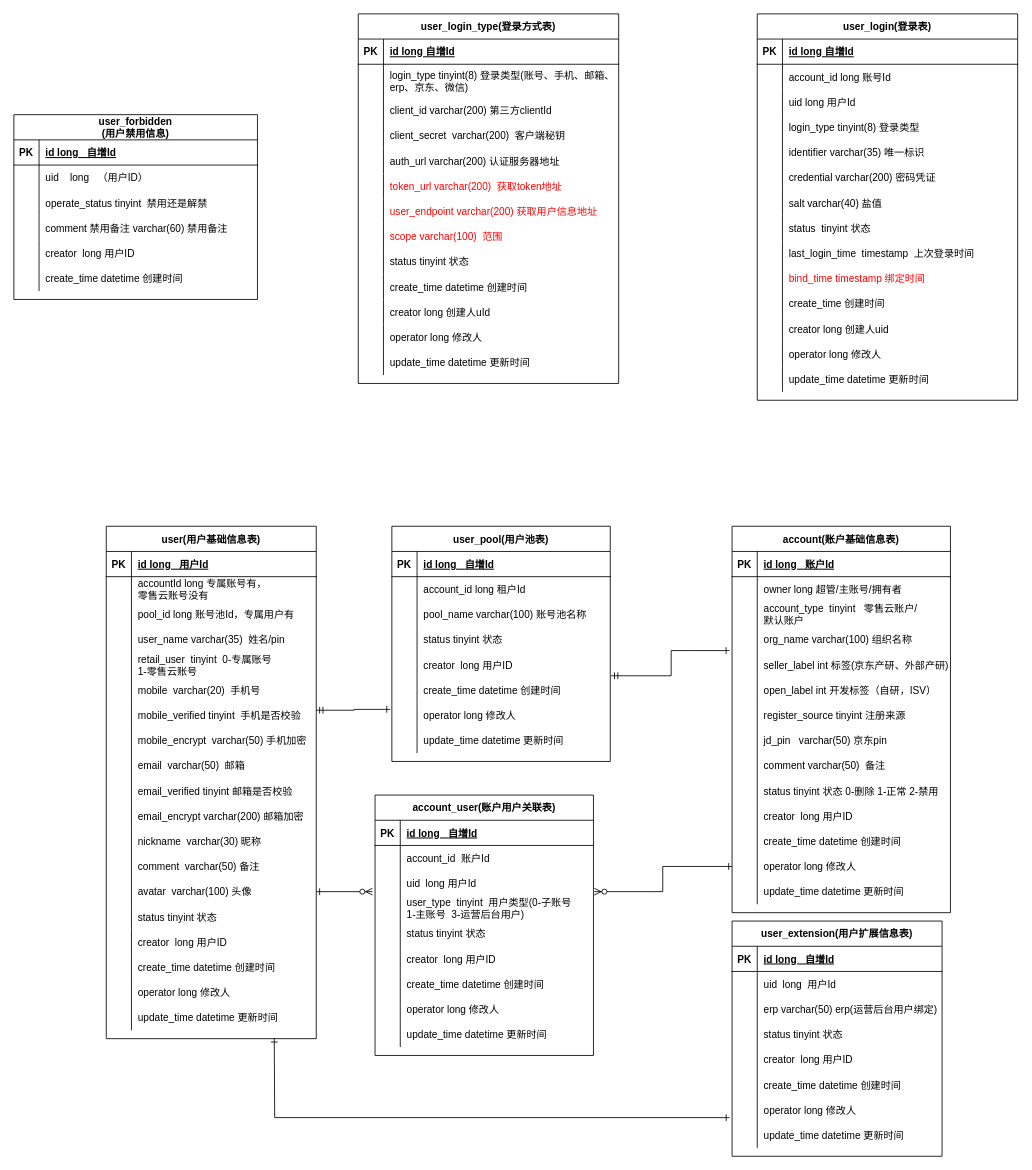
The draw.io diagram page "新账号模型" (1 of 10) of idaas.drawio in AjaxXu/Diagram, before the edit. Source tidied: cells renumbered, new cells numbered last; positions are measured from the earlier drawing's top-left corner, leaving out a move shared by most shapes. Both pictures are drawn from the tidied source at 84%, with x=0, y=0 at pixel (-37, 13).
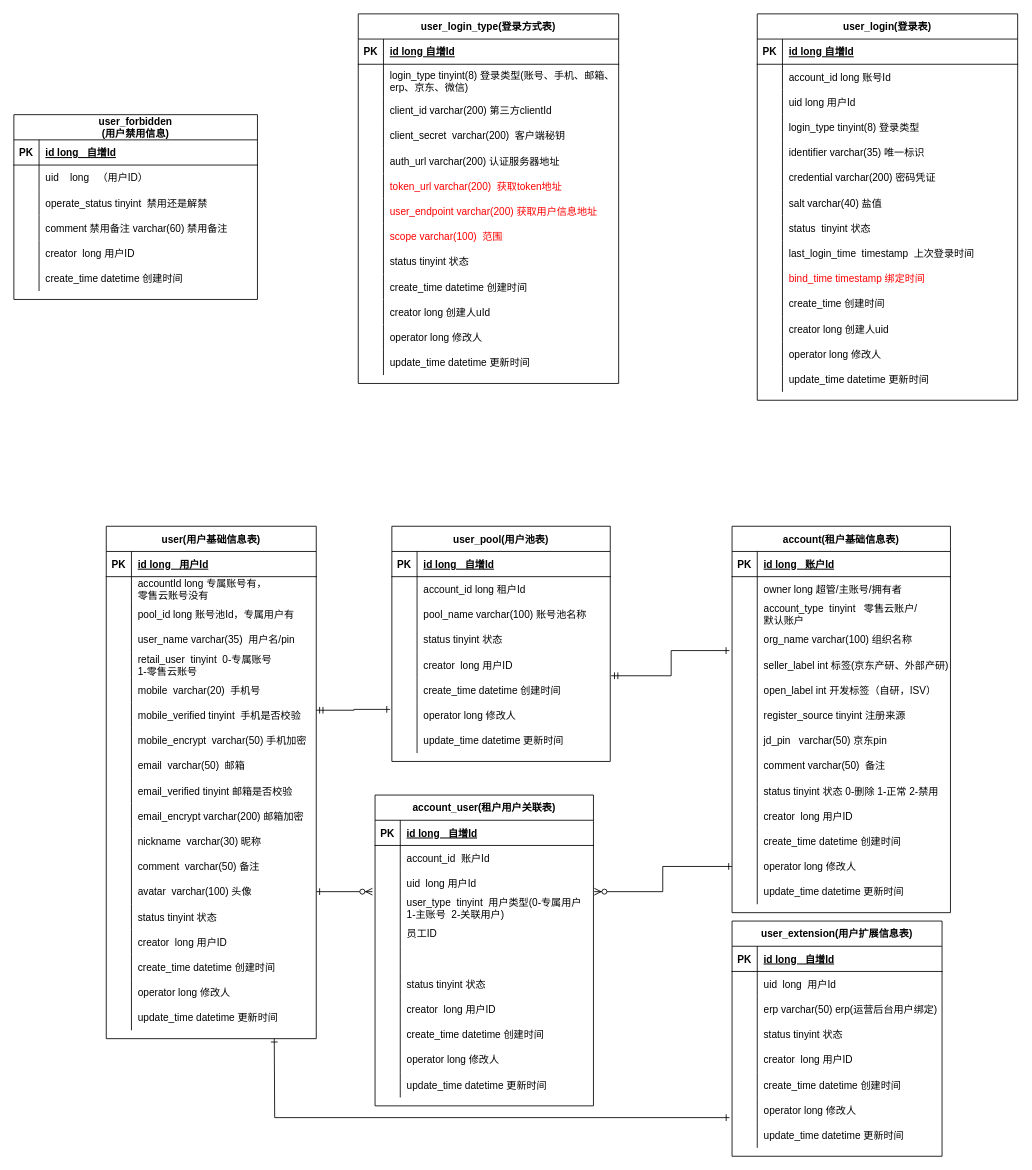
The same diagram, later.

The change refers to these unchanged cells:
```xml
<mxCell id="55" style="shape=partialRectangle;fillColor=none;top=0;left=0;right=0;bottom=0;" parent="45" vertex="1">
  <mxGeometry y="120" width="250" height="30" as="geometry" />
</mxCell>
<mxCell id="220" style="shape=partialRectangle;fillColor=none;points=[[0,0.5],[1,0.5]];portConstraint=eastwest;top=0;left=0;right=0;bottom=0;" parent="210" vertex="1">
  <mxGeometry y="120" width="260" height="30" as="geometry" />
</mxCell>
```

What changed in the source:
```diff
@@
-    <mxCell id="2" value="account(账户基础信息表)" style="shape=table;startSize=30;childLayout=tableLayout;rowLines=0;fontStyle=1;align=center;" parent="1" vertex="1">
+    <mxCell id="2" value="account(租户基础信息表)" style="shape=table;startSize=30;childLayout=tableLayout;rowLines=0;fontStyle=1;align=center;" parent="1" vertex="1">
       <mxGeometry x="915" y="610" width="260" height="460" as="geometry" />
     </mxCell>
@@
-    <mxCell id="57" value="user_name varchar(35)  姓名/pin" style="shape=partialRectangle;overflow=hidden;fillColor=none;top=0;left=0;bottom=0;right=0;align=left;spacingLeft=6;" parent="55" vertex="1">
+    <mxCell id="57" value="user_name varchar(35)  用户名/pin" style="shape=partialRectangle;overflow=hidden;fillColor=none;top=0;left=0;bottom=0;right=0;align=left;spacingLeft=6;" parent="55" vertex="1">
       <mxGeometry x="30" width="220" height="30" as="geometry" />
     </mxCell>
@@
-    <mxCell id="210" value="account_user(账户用户关联表)" style="shape=table;startSize=30;childLayout=tableLayout;rowLines=0;fontStyle=1;align=center;" parent="1" vertex="1">
-      <mxGeometry x="490" y="930" width="260" height="310" as="geometry" />
+    <mxCell id="210" value="account_user(租户用户关联表)" style="shape=table;startSize=30;childLayout=tableLayout;rowLines=0;fontStyle=1;align=center;" parent="1" vertex="1">
+      <mxGeometry x="490" y="930" width="260" height="370" as="geometry" />
     </mxCell>
@@
-    <mxCell id="222" value="user_type  tinyint  用户类型(0-子账号 &#10;1-主账号  3-运营后台用户)" style="shape=partialRectangle;overflow=hidden;fillColor=none;top=0;left=0;bottom=0;right=0;align=left;spacingLeft=6;" parent="220" vertex="1">
+    <mxCell id="222" value="user_type  tinyint  用户类型(0-专属用户&#10;1-主账号  2-关联用户)" style="shape=partialRectangle;overflow=hidden;fillColor=none;top=0;left=0;bottom=0;right=0;align=left;spacingLeft=6;" parent="220" vertex="1">
       <mxGeometry x="30" width="230" height="30" as="geometry" />
     </mxCell>
+    <mxCell id="293" style="shape=partialRectangle;fillColor=none;top=0;left=0;right=0;bottom=0;" parent="210" vertex="1">
+      <mxGeometry y="150" width="260" height="30" as="geometry" />
+    </mxCell>
+    <mxCell id="294" style="shape=partialRectangle;overflow=hidden;fillColor=none;top=0;left=0;bottom=0;right=0;" parent="293" vertex="1">
+      <mxGeometry width="30" height="30" as="geometry" />
+    </mxCell>
+    <mxCell id="295" value="员工ID" style="shape=partialRectangle;overflow=hidden;fillColor=none;top=0;left=0;bottom=0;right=0;align=left;spacingLeft=6;" parent="293" vertex="1">
+      <mxGeometry x="30" width="230" height="30" as="geometry" />
+    </mxCell>
+    <mxCell id="296" style="shape=partialRectangle;fillColor=none;top=0;left=0;right=0;bottom=0;" parent="210" vertex="1">
+      <mxGeometry y="180" width="260" height="30" as="geometry" />
+    </mxCell>
+    <mxCell id="297" style="shape=partialRectangle;overflow=hidden;fillColor=none;top=0;left=0;bottom=0;right=0;" parent="296" vertex="1">
+      <mxGeometry width="30" height="30" as="geometry" />
+    </mxCell>
+    <mxCell id="298" style="shape=partialRectangle;overflow=hidden;fillColor=none;top=0;left=0;bottom=0;right=0;align=left;spacingLeft=6;" parent="296" vertex="1">
+      <mxGeometry x="30" width="230" height="30" as="geometry" />
+    </mxCell>
     <mxCell id="223" style="shape=partialRectangle;fillColor=none;top=0;left=0;right=0;bottom=0;" parent="210" vertex="1">
-      <mxGeometry y="150" width="260" height="30" as="geometry" />
+      <mxGeometry y="210" width="260" height="30" as="geometry" />
     </mxCell>
@@
     <mxCell id="226" style="shape=partialRectangle;fillColor=none;top=0;left=0;right=0;bottom=0;" parent="210" vertex="1">
-      <mxGeometry y="180" width="260" height="30" as="geometry" />
+      <mxGeometry y="240" width="260" height="30" as="geometry" />
     </mxCell>
@@
     <mxCell id="229" style="shape=partialRectangle;fillColor=none;top=0;left=0;right=0;bottom=0;" parent="210" vertex="1">
-      <mxGeometry y="210" width="260" height="30" as="geometry" />
+      <mxGeometry y="270" width="260" height="30" as="geometry" />
     </mxCell>
@@
     <mxCell id="232" style="shape=partialRectangle;fillColor=none;top=0;left=0;right=0;bottom=0;" parent="210" vertex="1">
-      <mxGeometry y="240" width="260" height="30" as="geometry" />
+      <mxGeometry y="300" width="260" height="30" as="geometry" />
     </mxCell>
@@
     <mxCell id="235" style="shape=partialRectangle;fillColor=none;top=0;left=0;right=0;bottom=0;" parent="210" vertex="1">
-      <mxGeometry y="270" width="260" height="30" as="geometry" />
+      <mxGeometry y="330" width="260" height="30" as="geometry" />
     </mxCell>
```
